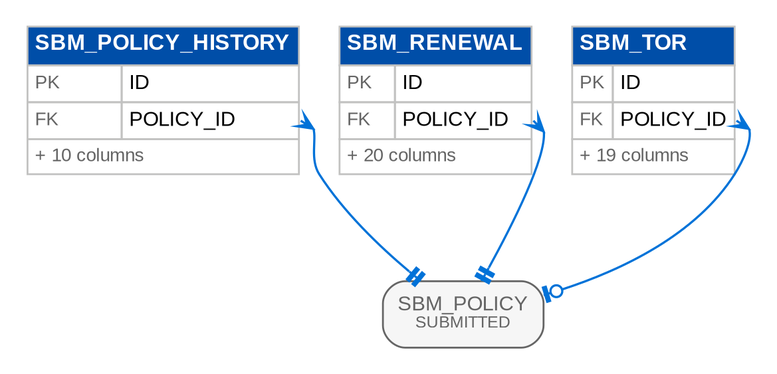
Above: docs/deliverables/src/programme/security_data/figures/erd/d16_submitted_3.png in IortaTexhNXT-DEV/FinVerse (Graphviz), before the change. Its source is kept beside it as docs/deliverables/src/programme/security_data/figures/erd/d16_submitted_3.dot.
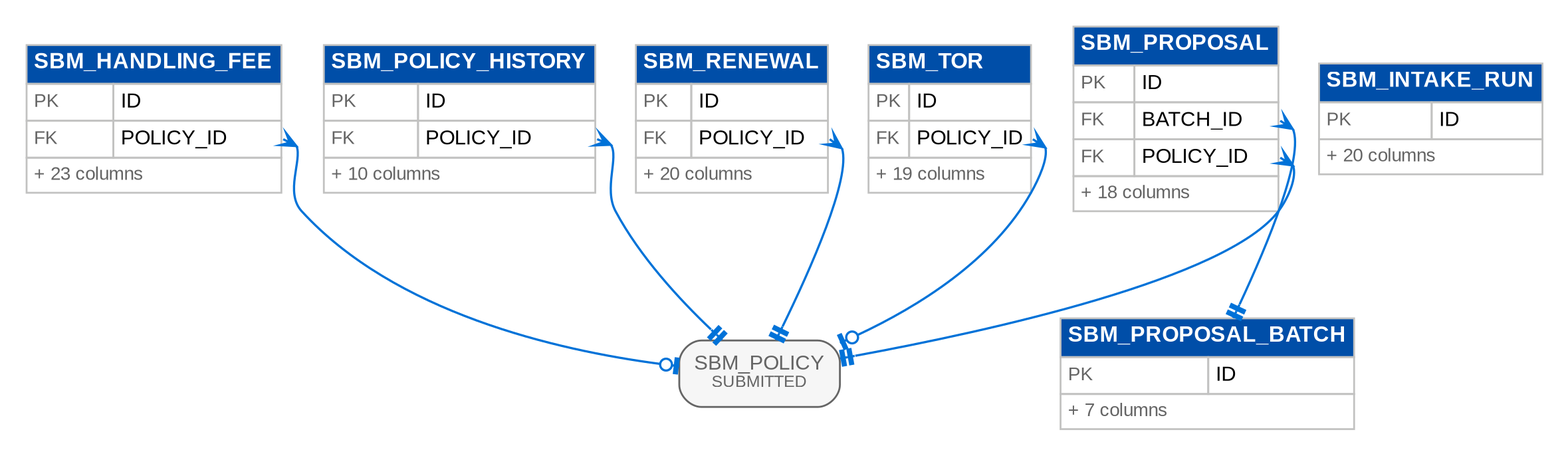
The same diagram one commit later.

Diff of the diagram source:
```diff
@@ -2,11 +2,18 @@
   graph [rankdir=TB, fontname="Arial", nodesep=0.3, ranksep=0.8, pad=0.2, bgcolor="white"];
   node [shape=plain, fontname="Arial"];
   edge [color="@CTA_BLUE", arrowsize=0.8, penwidth=1.2, dir=both];
+  "sbm_handling_fee" [label=<<table border="0" cellborder="1" cellspacing="0" cellpadding="3" color="@BORDER"><tr><td bgcolor="@HEADER_BLUE" align="left" colspan="2"><font color="@WHITE" point-size="12"><b>SBM_HANDLING_FEE</b></font></td></tr><tr><td align="left"><font point-size="10" color="@MUTED">PK</font></td><td align="left" port="id"><font point-size="11">ID</font></td></tr><tr><td align="left"><font point-size="10" color="@MUTED">FK</font></td><td align="left" port="policy_id"><font point-size="11">POLICY_ID</font></td></tr><tr><td colspan="2" align="left"><font point-size="10" color="@MUTED">+ 23 columns</font></td></tr></table>>];
+  "sbm_intake_run" [label=<<table border="0" cellborder="1" cellspacing="0" cellpadding="3" color="@BORDER"><tr><td bgcolor="@HEADER_BLUE" align="left" colspan="2"><font color="@WHITE" point-size="12"><b>SBM_INTAKE_RUN</b></font></td></tr><tr><td align="left"><font point-size="10" color="@MUTED">PK</font></td><td align="left" port="id"><font point-size="11">ID</font></td></tr><tr><td colspan="2" align="left"><font point-size="10" color="@MUTED">+ 20 columns</font></td></tr></table>>];
   "sbm_policy_history" [label=<<table border="0" cellborder="1" cellspacing="0" cellpadding="3" color="@BORDER"><tr><td bgcolor="@HEADER_BLUE" align="left" colspan="2"><font color="@WHITE" point-size="12"><b>SBM_POLICY_HISTORY</b></font></td></tr><tr><td align="left"><font point-size="10" color="@MUTED">PK</font></td><td align="left" port="id"><font point-size="11">ID</font></td></tr><tr><td align="left"><font point-size="10" color="@MUTED">FK</font></td><td align="left" port="policy_id"><font point-size="11">POLICY_ID</font></td></tr><tr><td colspan="2" align="left"><font point-size="10" color="@MUTED">+ 10 columns</font></td></tr></table>>];
+  "sbm_proposal" [label=<<table border="0" cellborder="1" cellspacing="0" cellpadding="3" color="@BORDER"><tr><td bgcolor="@HEADER_BLUE" align="left" colspan="2"><font color="@WHITE" point-size="12"><b>SBM_PROPOSAL</b></font></td></tr><tr><td align="left"><font point-size="10" color="@MUTED">PK</font></td><td align="left" port="id"><font point-size="11">ID</font></td></tr><tr><td align="left"><font point-size="10" color="@MUTED">FK</font></td><td align="left" port="batch_id"><font point-size="11">BATCH_ID</font></td></tr><tr><td align="left"><font point-size="10" color="@MUTED">FK</font></td><td align="left" port="policy_id"><font point-size="11">POLICY_ID</font></td></tr><tr><td colspan="2" align="left"><font point-size="10" color="@MUTED">+ 18 columns</font></td></tr></table>>];
+  "sbm_proposal_batch" [label=<<table border="0" cellborder="1" cellspacing="0" cellpadding="3" color="@BORDER"><tr><td bgcolor="@HEADER_BLUE" align="left" colspan="2"><font color="@WHITE" point-size="12"><b>SBM_PROPOSAL_BATCH</b></font></td></tr><tr><td align="left"><font point-size="10" color="@MUTED">PK</font></td><td align="left" port="id"><font point-size="11">ID</font></td></tr><tr><td colspan="2" align="left"><font point-size="10" color="@MUTED">+ 7 columns</font></td></tr></table>>];
   "sbm_renewal" [label=<<table border="0" cellborder="1" cellspacing="0" cellpadding="3" color="@BORDER"><tr><td bgcolor="@HEADER_BLUE" align="left" colspan="2"><font color="@WHITE" point-size="12"><b>SBM_RENEWAL</b></font></td></tr><tr><td align="left"><font point-size="10" color="@MUTED">PK</font></td><td align="left" port="id"><font point-size="11">ID</font></td></tr><tr><td align="left"><font point-size="10" color="@MUTED">FK</font></td><td align="left" port="policy_id"><font point-size="11">POLICY_ID</font></td></tr><tr><td colspan="2" align="left"><font point-size="10" color="@MUTED">+ 20 columns</font></td></tr></table>>];
   "sbm_tor" [label=<<table border="0" cellborder="1" cellspacing="0" cellpadding="3" color="@BORDER"><tr><td bgcolor="@HEADER_BLUE" align="left" colspan="2"><font color="@WHITE" point-size="12"><b>SBM_TOR</b></font></td></tr><tr><td align="left"><font point-size="10" color="@MUTED">PK</font></td><td align="left" port="id"><font point-size="11">ID</font></td></tr><tr><td align="left"><font point-size="10" color="@MUTED">FK</font></td><td align="left" port="policy_id"><font point-size="11">POLICY_ID</font></td></tr><tr><td colspan="2" align="left"><font point-size="10" color="@MUTED">+ 19 columns</font></td></tr></table>>];
   "sbm_policy" [shape=box, style="rounded,filled", fillcolor="@DIRTY_WHITE", color="@MUTED", fontsize=11, label=<<font color="@MUTED">SBM_POLICY<br/><font point-size="9">SUBMITTED</font></font>>];
+  "sbm_handling_fee":"policy_id" -> "sbm_policy" [arrowtail=crow, arrowhead=teeodot];
   "sbm_policy_history":"policy_id" -> "sbm_policy" [arrowtail=crow, arrowhead=teetee];
+  "sbm_proposal":"batch_id" -> "sbm_proposal_batch" [arrowtail=crow, arrowhead=teetee];
+  "sbm_proposal":"policy_id" -> "sbm_policy" [arrowtail=crow, arrowhead=teetee];
   "sbm_renewal":"policy_id" -> "sbm_policy" [arrowtail=crow, arrowhead=teetee];
   "sbm_tor":"policy_id" -> "sbm_policy" [arrowtail=crow, arrowhead=teeodot];
 }
```
